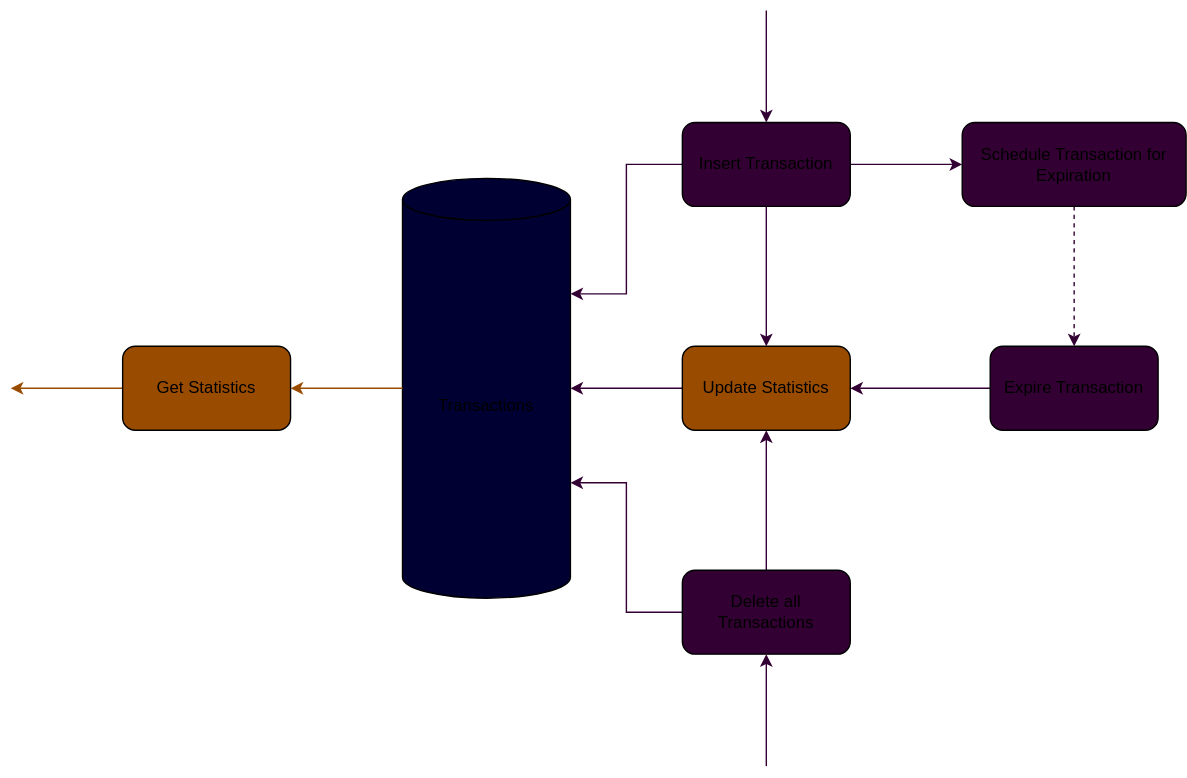
Above: docs/transaction.drawio.svg in Turao/n26-transactions (draw.io), before the change. Source tidied: cells renumbered, new cells last; positions are measured from the earlier drawing's top-left corner, leaving out a move shared by most shapes.
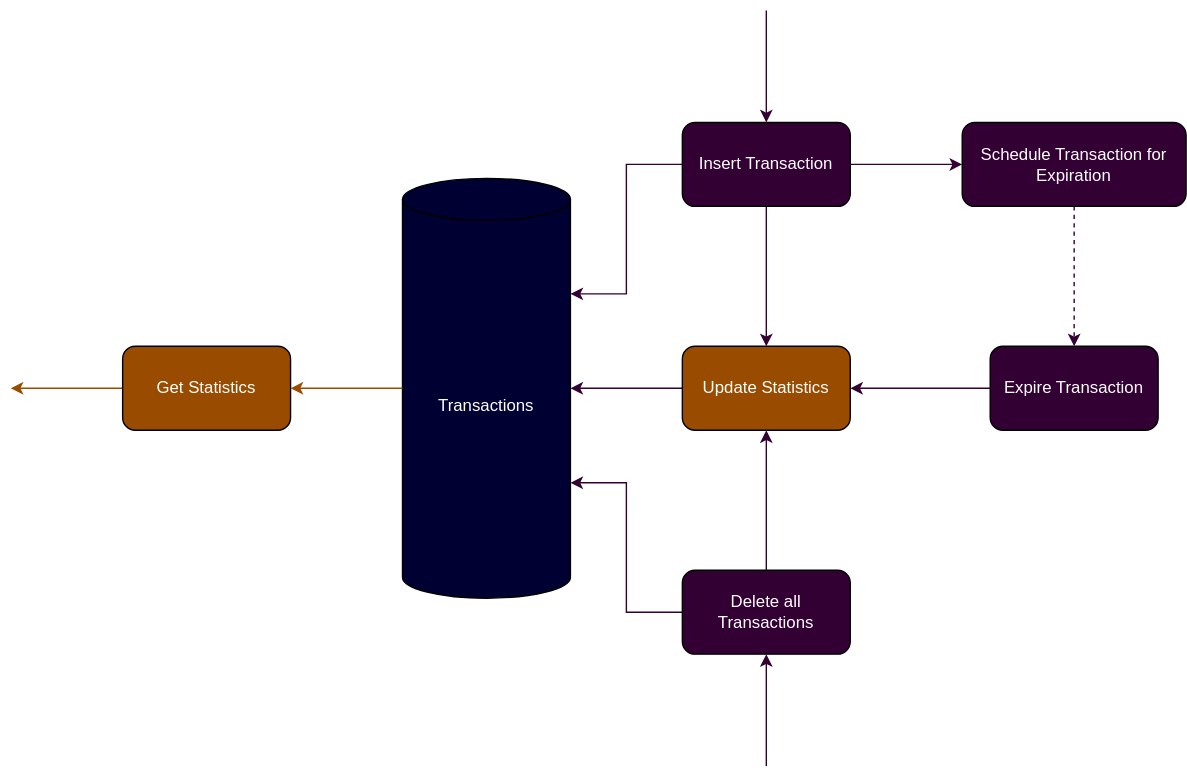
After the change.

Commit message:
Change font color in transaction design diagram

Change to the diagram source:
```diff
@@ -2,67 +2,67 @@
   <root>
     <mxCell id="0" />
     <mxCell id="1" parent="0" />
-    <mxCell id="2" style="edgeStyle=orthogonalEdgeStyle;rounded=0;jettySize=auto;html=1;strokeColor=#330033;" parent="1" edge="1" source="6" target="14">
+    <mxCell id="2" style="edgeStyle=orthogonalEdgeStyle;rounded=0;jettySize=auto;html=1;strokeColor=#330033;fontColor=#FFFFFF;" parent="1" edge="1" source="6" target="14">
       <mxGeometry relative="1" as="geometry" />
     </mxCell>
-    <mxCell id="3" style="edgeStyle=orthogonalEdgeStyle;rounded=0;jettySize=auto;html=1;strokeColor=#330033;" parent="1" edge="1" source="6" target="16">
+    <mxCell id="3" style="edgeStyle=orthogonalEdgeStyle;rounded=0;jettySize=auto;html=1;strokeColor=#330033;fontColor=#FFFFFF;" parent="1" edge="1" source="6" target="16">
       <mxGeometry relative="1" as="geometry" />
     </mxCell>
-    <mxCell id="4" style="edgeStyle=orthogonalEdgeStyle;rounded=0;jettySize=auto;html=1;strokeColor=#330033;entryX=1;entryY=0;entryDx=0;entryDy=82.5;entryPerimeter=0;" parent="1" edge="1" source="6" target="17">
+    <mxCell id="4" style="edgeStyle=orthogonalEdgeStyle;rounded=0;jettySize=auto;html=1;strokeColor=#330033;entryX=1;entryY=0;entryDx=0;entryDy=82.5;entryPerimeter=0;fontColor=#FFFFFF;" parent="1" edge="1" source="6" target="17">
       <mxGeometry relative="1" as="geometry" />
     </mxCell>
-    <mxCell id="5" style="edgeStyle=orthogonalEdgeStyle;rounded=0;jettySize=auto;html=1;startArrow=classic;startFill=1;endArrow=none;endFill=0;strokeColor=#330033;" parent="1" edge="1" source="6">
+    <mxCell id="5" style="edgeStyle=orthogonalEdgeStyle;rounded=0;jettySize=auto;html=1;startArrow=classic;startFill=1;endArrow=none;endFill=0;strokeColor=#330033;fontColor=#FFFFFF;" parent="1" edge="1" source="6">
       <mxGeometry relative="1" as="geometry">
         <mxPoint x="540" as="targetPoint" />
       </mxGeometry>
     </mxCell>
-    <mxCell id="6" value="Insert Transaction" style="rounded=1;whiteSpace=wrap;html=1;fillColor=#330033;" parent="1" vertex="1">
+    <mxCell id="6" value="Insert Transaction" style="rounded=1;whiteSpace=wrap;html=1;fillColor=#330033;fontColor=#FFFFFF;" parent="1" vertex="1">
       <mxGeometry x="480" y="80" width="120" height="60" as="geometry" />
     </mxCell>
-    <mxCell id="7" style="edgeStyle=orthogonalEdgeStyle;rounded=0;jettySize=auto;html=1;strokeColor=#330033;" parent="1" edge="1" source="10" target="16">
+    <mxCell id="7" style="edgeStyle=orthogonalEdgeStyle;rounded=0;jettySize=auto;html=1;strokeColor=#330033;fontColor=#FFFFFF;" parent="1" edge="1" source="10" target="16">
       <mxGeometry relative="1" as="geometry" />
     </mxCell>
-    <mxCell id="8" style="edgeStyle=orthogonalEdgeStyle;rounded=0;jettySize=auto;html=1;strokeColor=#330033;entryX=1;entryY=0;entryDx=0;entryDy=217.5;entryPerimeter=0;" parent="1" edge="1" source="10" target="17">
+    <mxCell id="8" style="edgeStyle=orthogonalEdgeStyle;rounded=0;jettySize=auto;html=1;strokeColor=#330033;entryX=1;entryY=0;entryDx=0;entryDy=217.5;entryPerimeter=0;fontColor=#FFFFFF;" parent="1" edge="1" source="10" target="17">
       <mxGeometry relative="1" as="geometry" />
     </mxCell>
-    <mxCell id="9" style="edgeStyle=orthogonalEdgeStyle;rounded=0;jettySize=auto;html=1;startArrow=classic;startFill=1;endArrow=none;endFill=0;strokeColor=#330033;" parent="1" edge="1" source="10">
+    <mxCell id="9" style="edgeStyle=orthogonalEdgeStyle;rounded=0;jettySize=auto;html=1;startArrow=classic;startFill=1;endArrow=none;endFill=0;strokeColor=#330033;fontColor=#FFFFFF;" parent="1" edge="1" source="10">
       <mxGeometry relative="1" as="geometry">
         <mxPoint x="540" y="540" as="targetPoint" />
       </mxGeometry>
     </mxCell>
-    <mxCell id="10" value="Delete all Transactions" style="rounded=1;whiteSpace=wrap;html=1;fillColor=#330033;" parent="1" vertex="1">
+    <mxCell id="10" value="Delete all Transactions" style="rounded=1;whiteSpace=wrap;html=1;fillColor=#330033;fontColor=#FFFFFF;" parent="1" vertex="1">
       <mxGeometry x="480" y="400" width="120" height="60" as="geometry" />
     </mxCell>
-    <mxCell id="11" style="edgeStyle=orthogonalEdgeStyle;rounded=0;jettySize=auto;html=1;strokeColor=#330033;entryX=1;entryY=0.5;entryDx=0;entryDy=0;" parent="1" edge="1" source="12" target="16">
+    <mxCell id="11" style="edgeStyle=orthogonalEdgeStyle;rounded=0;jettySize=auto;html=1;strokeColor=#330033;entryX=1;entryY=0.5;entryDx=0;entryDy=0;fontColor=#FFFFFF;" parent="1" edge="1" source="12" target="16">
       <mxGeometry relative="1" as="geometry" />
     </mxCell>
-    <mxCell id="12" value="Expire Transaction" style="rounded=1;whiteSpace=wrap;html=1;fillColor=#330033;" parent="1" vertex="1">
+    <mxCell id="12" value="Expire Transaction" style="rounded=1;whiteSpace=wrap;html=1;fillColor=#330033;fontColor=#FFFFFF;" parent="1" vertex="1">
       <mxGeometry x="700" y="240" width="120" height="60" as="geometry" />
     </mxCell>
-    <mxCell id="13" style="edgeStyle=orthogonalEdgeStyle;rounded=0;jettySize=auto;html=1;strokeColor=#330033;dashed=1;" parent="1" edge="1" source="14" target="12">
+    <mxCell id="13" style="edgeStyle=orthogonalEdgeStyle;rounded=0;jettySize=auto;html=1;strokeColor=#330033;dashed=1;fontColor=#FFFFFF;" parent="1" edge="1" source="14" target="12">
       <mxGeometry relative="1" as="geometry" />
     </mxCell>
-    <mxCell id="14" value="Schedule Transaction for Expiration" style="rounded=1;whiteSpace=wrap;html=1;fillColor=#330033;" parent="1" vertex="1">
+    <mxCell id="14" value="Schedule Transaction for Expiration" style="rounded=1;whiteSpace=wrap;html=1;fillColor=#330033;fontColor=#FFFFFF;" parent="1" vertex="1">
       <mxGeometry x="680" y="80" width="160" height="60" as="geometry" />
     </mxCell>
-    <mxCell id="15" style="edgeStyle=orthogonalEdgeStyle;rounded=0;jettySize=auto;html=1;strokeColor=#330033;" parent="1" edge="1" source="16" target="17">
+    <mxCell id="15" style="edgeStyle=orthogonalEdgeStyle;rounded=0;jettySize=auto;html=1;strokeColor=#330033;fontColor=#FFFFFF;" parent="1" edge="1" source="16" target="17">
       <mxGeometry relative="1" as="geometry" />
     </mxCell>
-    <mxCell id="16" value="Update Statistics" style="rounded=1;whiteSpace=wrap;html=1;fillColor=#994C00;" parent="1" vertex="1">
+    <mxCell id="16" value="Update Statistics" style="rounded=1;whiteSpace=wrap;html=1;fillColor=#994C00;fontColor=#FFFFFF;" parent="1" vertex="1">
       <mxGeometry x="480" y="240" width="120" height="60" as="geometry" />
     </mxCell>
-    <mxCell id="17" value="Transactions" style="shape=cylinder3;whiteSpace=wrap;html=1;boundedLbl=1;backgroundOutline=1;size=15;fillColor=#000033;" parent="1" vertex="1">
+    <mxCell id="17" value="Transactions" style="shape=cylinder3;whiteSpace=wrap;html=1;boundedLbl=1;backgroundOutline=1;size=15;fillColor=#000033;fontColor=#FFFFFF;" parent="1" vertex="1">
       <mxGeometry x="280" y="120" width="120" height="300" as="geometry" />
     </mxCell>
-    <mxCell id="18" style="edgeStyle=orthogonalEdgeStyle;rounded=0;jettySize=auto;html=1;strokeColor=#994C00;startArrow=classic;startFill=1;endArrow=none;endFill=0;" parent="1" edge="1" source="20" target="17">
+    <mxCell id="18" style="edgeStyle=orthogonalEdgeStyle;rounded=0;jettySize=auto;html=1;strokeColor=#994C00;startArrow=classic;startFill=1;endArrow=none;endFill=0;fontColor=#FFFFFF;" parent="1" edge="1" source="20" target="17">
       <mxGeometry relative="1" as="geometry" />
     </mxCell>
-    <mxCell id="19" style="edgeStyle=orthogonalEdgeStyle;rounded=0;jettySize=auto;html=1;startArrow=none;startFill=0;endArrow=classic;endFill=1;strokeColor=#994C00;" parent="1" edge="1" source="20">
+    <mxCell id="19" style="edgeStyle=orthogonalEdgeStyle;rounded=0;jettySize=auto;html=1;startArrow=none;startFill=0;endArrow=classic;endFill=1;strokeColor=#994C00;fontColor=#FFFFFF;" parent="1" edge="1" source="20">
       <mxGeometry relative="1" as="geometry">
         <mxPoint y="270" as="targetPoint" />
       </mxGeometry>
     </mxCell>
-    <mxCell id="20" value="Get Statistics" style="rounded=1;whiteSpace=wrap;html=1;fillColor=#994C00;" parent="1" vertex="1">
+    <mxCell id="20" value="Get Statistics" style="rounded=1;whiteSpace=wrap;html=1;fillColor=#994C00;fontColor=#FFFFFF;" parent="1" vertex="1">
       <mxGeometry x="80" y="240" width="120" height="60" as="geometry" />
     </mxCell>
   </root>
```
